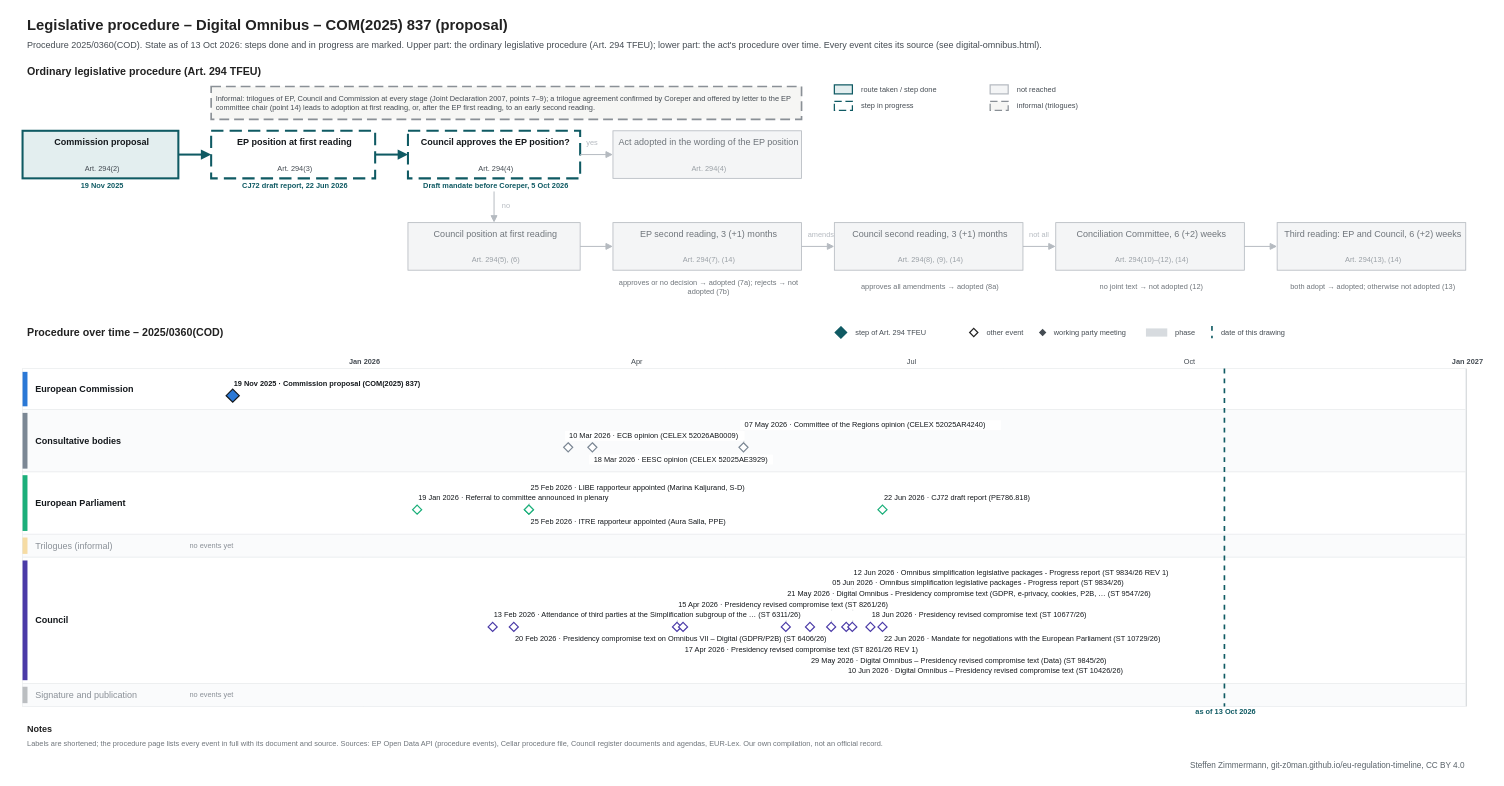
Earlier version of the draw.io diagram procedures/digital-omnibus.drawio (git-z0man/eu-regulation-timeline). Source tidied: cells renumbered, new cells numbered last; positions are measured from the earlier drawing's top-left corner, leaving out a move shared by most shapes. Both pictures are drawn from the tidied source at 82%, with x=0, y=0 at pixel (14, 14).
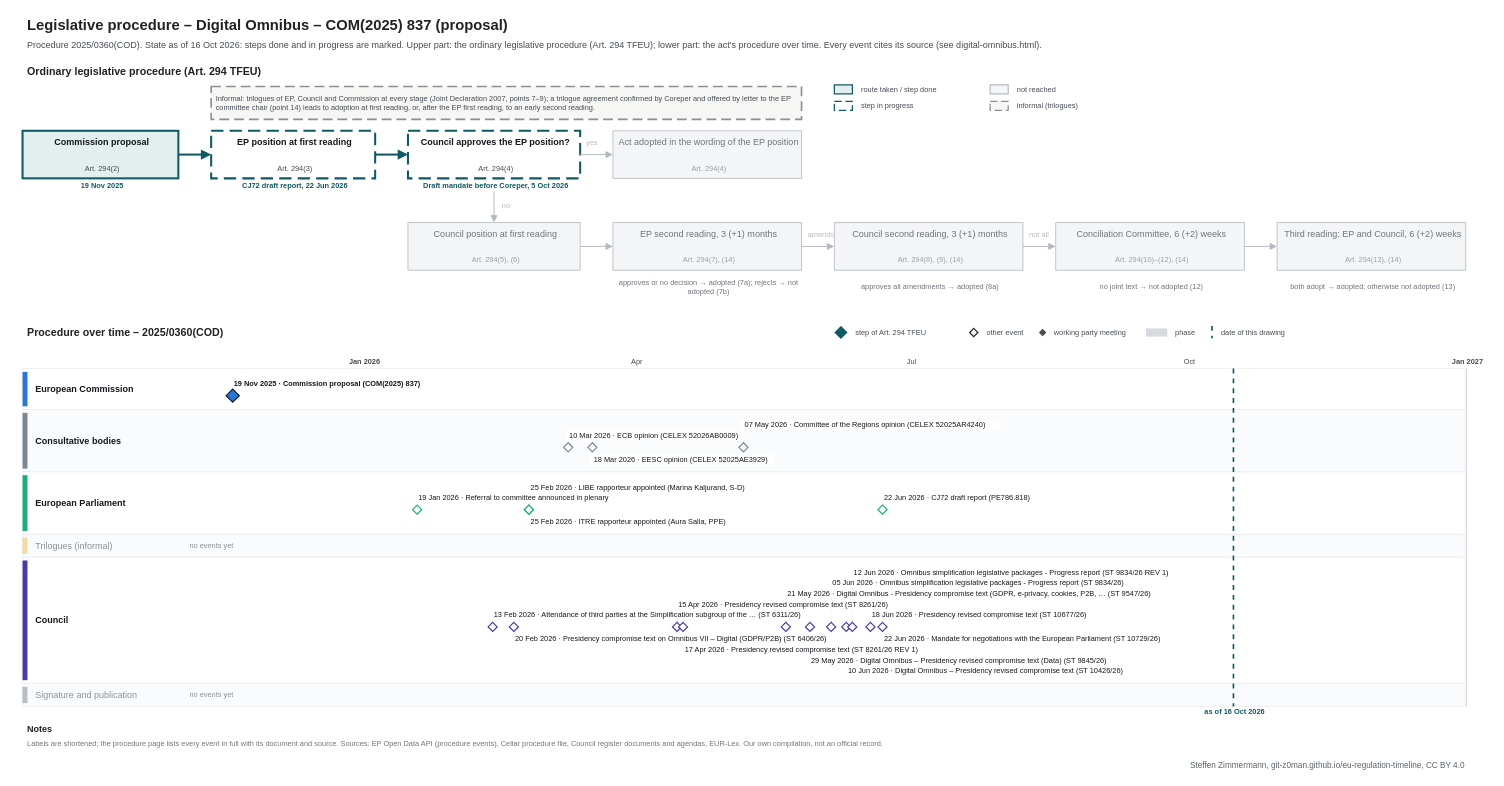
After the change.

Diff of the diagram source:
```diff
@@
-    <mxCell id="3" value="Procedure 2025/0360(COD). State as of 13 Oct 2026: steps done and in progress are marked. Upper part: the ordinary legislative procedure (Art. 294 TFEU); lower part: the act's procedure over time. Every event cites its source (see digital-omnibus.html)." style="text;html=1;fontSize=11;fontColor=#454c53;align=left;verticalAlign=middle;spacingLeft=4;" parent="1" vertex="1">
+    <mxCell id="3" value="Procedure 2025/0360(COD). State as of 16 Oct 2026: steps done and in progress are marked. Upper part: the ordinary legislative procedure (Art. 294 TFEU); lower part: the act's procedure over time. Every event cites its source (see digital-omnibus.html)." style="text;html=1;fontSize=11;fontColor=#454c53;align=left;verticalAlign=middle;spacingLeft=4;" parent="1" vertex="1">
       <mxGeometry x="10" y="28" width="1700" height="18" as="geometry" />
     </mxCell>
@@
     <mxCell id="112" style="line;html=1;strokeWidth=2;strokeColor=#0f5a63;direction=south;dashed=1;" parent="1" vertex="1">
-      <mxGeometry x="1475.2" y="432" width="1" height="412" as="geometry" />
+      <mxGeometry x="1486.2" y="432" width="1" height="412" as="geometry" />
     </mxCell>
-    <mxCell id="113" value="as of 13 Oct 2026" style="text;html=1;fontSize=9;fontColor=#0f5a63;align=center;verticalAlign=middle;spacingLeft=4;fontStyle=1;" parent="1" vertex="1">
-      <mxGeometry x="1415.2" y="845" width="120" height="12" as="geometry" />
+    <mxCell id="113" value="as of 16 Oct 2026" style="text;html=1;fontSize=9;fontColor=#0f5a63;align=center;verticalAlign=middle;spacingLeft=4;fontStyle=1;" parent="1" vertex="1">
+      <mxGeometry x="1426.2" y="845" width="120" height="12" as="geometry" />
     </mxCell>
```
